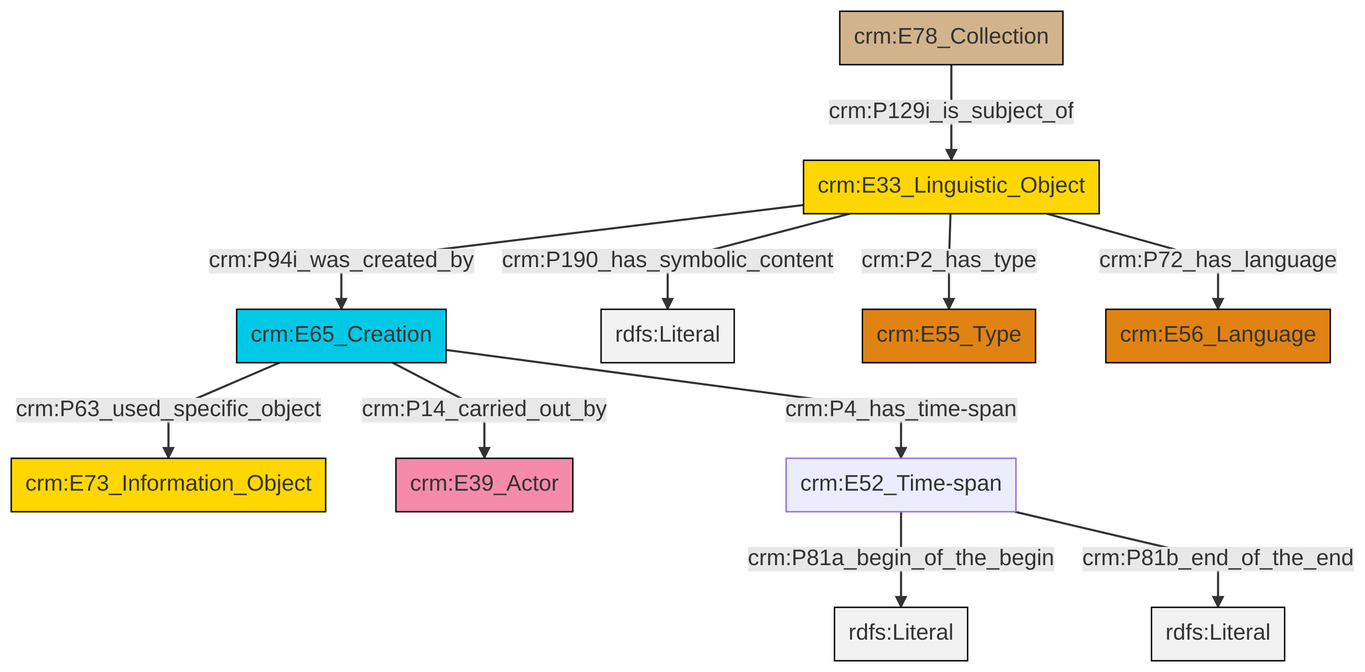
Earlier version of the Mermaid export et/archivalCSV/ttl/mmd/png/archival_desc.png (swiss-art-research-net/docs.swissartresearch). Its source is kept beside it as et/archivalCSV/ttl/mmd/archival_desc.ttl.mmd.
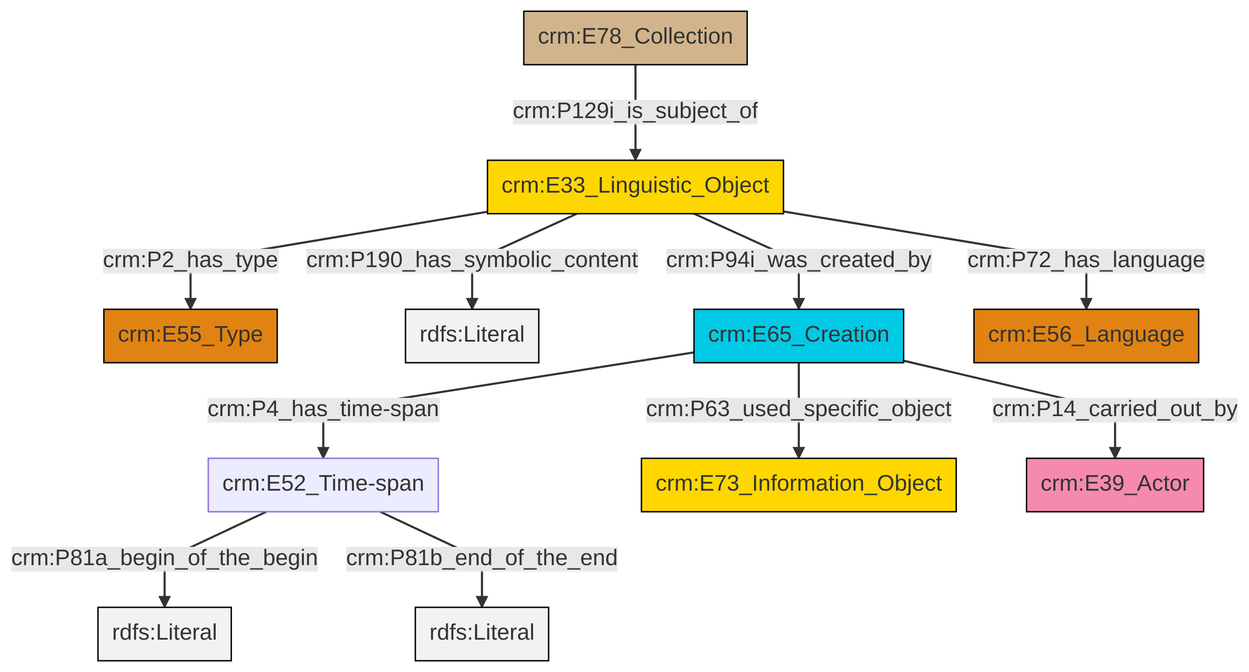
Above is the later version.

What changed in the source:
```diff
@@ -13,13 +13,13 @@
 classDef PC_Classes fill:#4ce600, stroke:#000000;
 classDef Multi fill:#cccccc,stroke:#000000;
 
-2["crm:E33_Linguistic_Object"]:::Conceptual_Object -->|crm:P94i_was_created_by| 3["crm:E65_Creation"]:::Temporal_Entity
-3["crm:E65_Creation"]:::Temporal_Entity -->|crm:P14_carried_out_by| 5["crm:E39_Actor"]:::Actor
-2["crm:E33_Linguistic_Object"]:::Conceptual_Object -->|crm:P190_has_symbolic_content| 6[rdfs:Literal]:::Literal
-2["crm:E33_Linguistic_Object"]:::Conceptual_Object -->|crm:P2_has_type| 9["crm:E55_Type"]:::Type
-3["crm:E65_Creation"]:::Temporal_Entity -->|crm:P63_used_specific_object| 0["crm:E73_Information_Object"]:::Conceptual_Object
-2["crm:E33_Linguistic_Object"]:::Conceptual_Object -->|crm:P72_has_language| 11["crm:E56_Language"]:::Type
-7["crm:E78_Collection"]:::Physical_Thing -->|crm:P129i_is_subject_of| 2["crm:E33_Linguistic_Object"]:::Conceptual_Object
-3["crm:E65_Creation"]:::Temporal_Entity -->|crm:P4_has_time-span| 13["crm:E52_Time-span"]:::Default
-13["crm:E52_Time-span"]:::Default -->|crm:P81a_begin_of_the_begin| 16[rdfs:Literal]:::Literal
-13["crm:E52_Time-span"]:::Default -->|crm:P81b_end_of_the_end| 17[rdfs:Literal]:::Literal
+0["crm:E52_Time-span"]:::Default -->|crm:P81a_begin_of_the_begin| 1[rdfs:Literal]:::Literal
+4["crm:E33_Linguistic_Object"]:::Conceptual_Object -->|crm:P190_has_symbolic_content| 5[rdfs:Literal]:::Literal
+4["crm:E33_Linguistic_Object"]:::Conceptual_Object -->|crm:P94i_was_created_by| 6["crm:E65_Creation"]:::Temporal_Entity
+7["crm:E78_Collection"]:::Physical_Thing -->|crm:P129i_is_subject_of| 4["crm:E33_Linguistic_Object"]:::Conceptual_Object
+4["crm:E33_Linguistic_Object"]:::Conceptual_Object -->|crm:P72_has_language| 10["crm:E56_Language"]:::Type
+6["crm:E65_Creation"]:::Temporal_Entity -->|crm:P63_used_specific_object| 8["crm:E73_Information_Object"]:::Conceptual_Object
+6["crm:E65_Creation"]:::Temporal_Entity -->|crm:P14_carried_out_by| 16["crm:E39_Actor"]:::Actor
+0["crm:E52_Time-span"]:::Default -->|crm:P81b_end_of_the_end| 17[rdfs:Literal]:::Literal
+4["crm:E33_Linguistic_Object"]:::Conceptual_Object -->|crm:P2_has_type| 2["crm:E55_Type"]:::Type
+6["crm:E65_Creation"]:::Temporal_Entity -->|crm:P4_has_time-span| 0["crm:E52_Time-span"]:::Default
```
